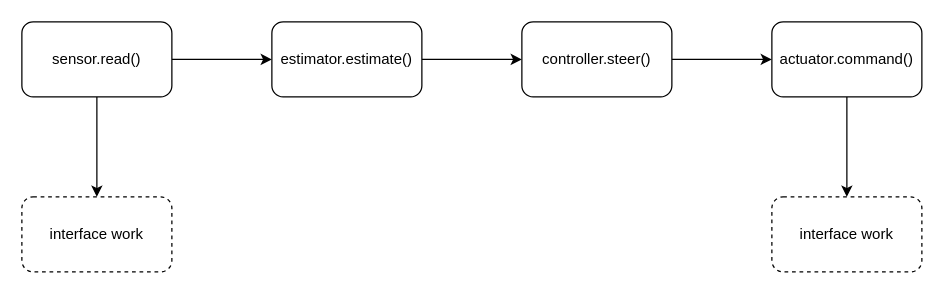
Ekter/sigi keeps this draw.io diagram as doc/img/gen_flowchart_ftprci.drawio. Above is the earlier version. Source tidied: cells renumbered, new cells numbered last; positions are measured from the earlier drawing's top-left corner, leaving out a move shared by most shapes. Both pictures are drawn from the tidied source at 125%, with x=0, y=0 at pixel (21, 21).
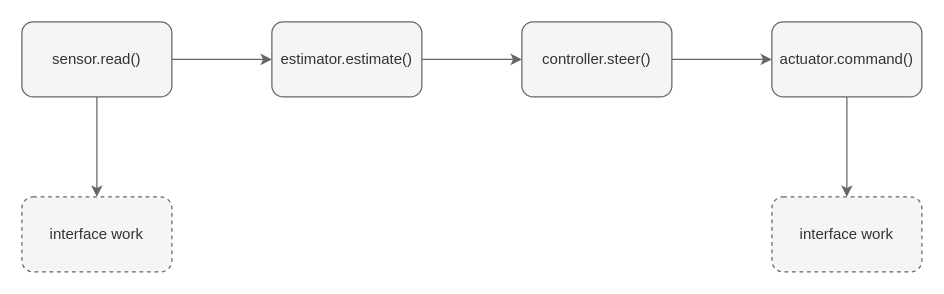
The same page after the edit.

The edit, as a diff of the source:
```diff
@@
-<mxGraphModel>
+<mxGraphModel background="#ffffff">
   <root>
     <mxCell id="0" />
     <mxCell id="1" parent="0" />
-    <mxCell id="2" style="edgeStyle=orthogonalEdgeStyle;rounded=0;jettySize=auto;html=1;" parent="1" edge="1" source="4" target="6">
+    <mxCell id="2" style="edgeStyle=orthogonalEdgeStyle;rounded=0;jettySize=auto;html=1;fillColor=#f5f5f5;strokeColor=#666666;" parent="1" edge="1" source="4" target="6">
       <mxGeometry relative="1" as="geometry" />
     </mxCell>
-    <mxCell id="3" style="edgeStyle=orthogonalEdgeStyle;rounded=0;jettySize=auto;html=1;" parent="1" edge="1" source="4" target="11">
+    <mxCell id="3" style="edgeStyle=orthogonalEdgeStyle;rounded=0;jettySize=auto;html=1;fillColor=#f5f5f5;strokeColor=#666666;" parent="1" edge="1" source="4" target="11">
       <mxGeometry relative="1" as="geometry" />
     </mxCell>
-    <mxCell id="4" value="sensor.read()" style="rounded=1;whiteSpace=wrap;html=1;" parent="1" vertex="1">
+    <mxCell id="4" value="sensor.read()" style="rounded=1;whiteSpace=wrap;html=1;fillColor=#f5f5f5;fontColor=#333333;strokeColor=#666666;" parent="1" vertex="1">
       <mxGeometry width="120" height="60" as="geometry" />
     </mxCell>
-    <mxCell id="5" style="edgeStyle=orthogonalEdgeStyle;rounded=0;jettySize=auto;html=1;" parent="1" edge="1" source="6" target="8">
+    <mxCell id="5" style="edgeStyle=orthogonalEdgeStyle;rounded=0;jettySize=auto;html=1;fillColor=#f5f5f5;strokeColor=#666666;" parent="1" edge="1" source="6" target="8">
       <mxGeometry relative="1" as="geometry" />
     </mxCell>
-    <mxCell id="6" value="estimator.estimate()" style="rounded=1;whiteSpace=wrap;html=1;" parent="1" vertex="1">
+    <mxCell id="6" value="estimator.estimate()" style="rounded=1;whiteSpace=wrap;html=1;fillColor=#f5f5f5;fontColor=#333333;strokeColor=#666666;" parent="1" vertex="1">
       <mxGeometry x="200" width="120" height="60" as="geometry" />
     </mxCell>
-    <mxCell id="7" style="edgeStyle=orthogonalEdgeStyle;rounded=0;jettySize=auto;html=1;" parent="1" edge="1" source="8" target="10">
+    <mxCell id="7" style="edgeStyle=orthogonalEdgeStyle;rounded=0;jettySize=auto;html=1;fillColor=#f5f5f5;strokeColor=#666666;" parent="1" edge="1" source="8" target="10">
       <mxGeometry relative="1" as="geometry" />
     </mxCell>
-    <mxCell id="8" value="controller.steer()" style="rounded=1;whiteSpace=wrap;html=1;" parent="1" vertex="1">
+    <mxCell id="8" value="controller.steer()" style="rounded=1;whiteSpace=wrap;html=1;fillColor=#f5f5f5;fontColor=#333333;strokeColor=#666666;" parent="1" vertex="1">
       <mxGeometry x="400" width="120" height="60" as="geometry" />
     </mxCell>
-    <mxCell id="9" style="edgeStyle=orthogonalEdgeStyle;rounded=0;jettySize=auto;html=1;" parent="1" edge="1" source="10" target="12">
+    <mxCell id="9" style="edgeStyle=orthogonalEdgeStyle;rounded=0;jettySize=auto;html=1;fillColor=#f5f5f5;strokeColor=#666666;" parent="1" edge="1" source="10" target="12">
       <mxGeometry relative="1" as="geometry" />
     </mxCell>
-    <mxCell id="10" value="actuator.command()" style="rounded=1;whiteSpace=wrap;html=1;" parent="1" vertex="1">
+    <mxCell id="10" value="actuator.command()" style="rounded=1;whiteSpace=wrap;html=1;fillColor=#f5f5f5;fontColor=#333333;strokeColor=#666666;" parent="1" vertex="1">
       <mxGeometry x="600" width="120" height="60" as="geometry" />
     </mxCell>
-    <mxCell id="11" value="interface work" style="rounded=1;whiteSpace=wrap;html=1;dashed=1;" parent="1" vertex="1">
+    <mxCell id="11" value="interface work" style="rounded=1;whiteSpace=wrap;html=1;dashed=1;fillColor=#f5f5f5;fontColor=#333333;strokeColor=#666666;" parent="1" vertex="1">
       <mxGeometry y="140" width="120" height="60" as="geometry" />
     </mxCell>
-    <mxCell id="12" value="interface work" style="rounded=1;whiteSpace=wrap;html=1;dashed=1;" parent="1" vertex="1">
+    <mxCell id="12" value="interface work" style="rounded=1;whiteSpace=wrap;html=1;dashed=1;fillColor=#f5f5f5;fontColor=#333333;strokeColor=#666666;" parent="1" vertex="1">
       <mxGeometry x="600" y="140" width="120" height="60" as="geometry" />
     </mxCell>
   </root>
 </mxGraphModel>
```
